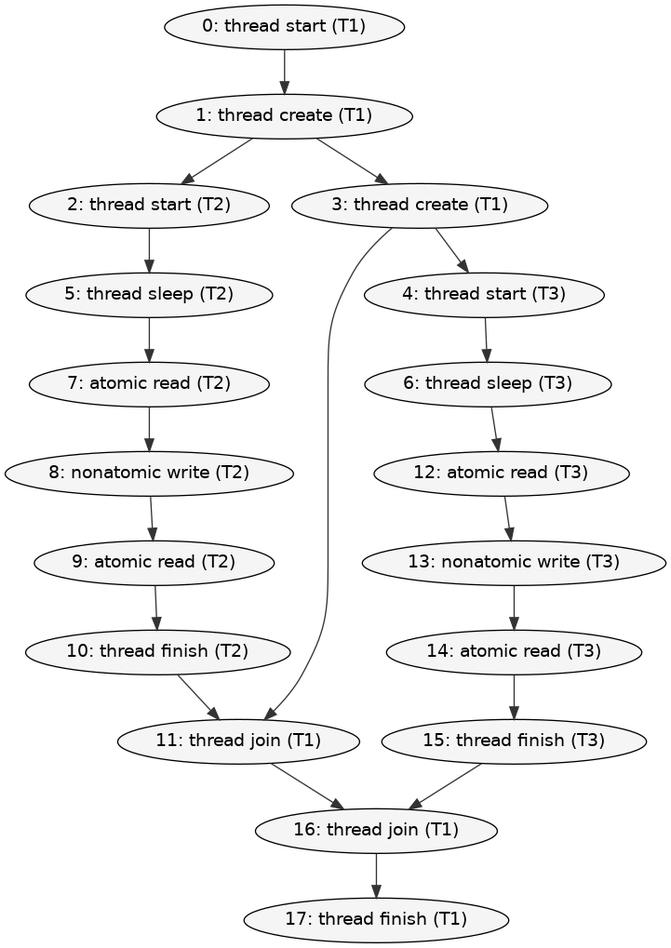
This is figure.png from anistor09/DataRaceDetector, a Graphviz export, as it was before one commit. Its source is kept beside it as figure.dot.
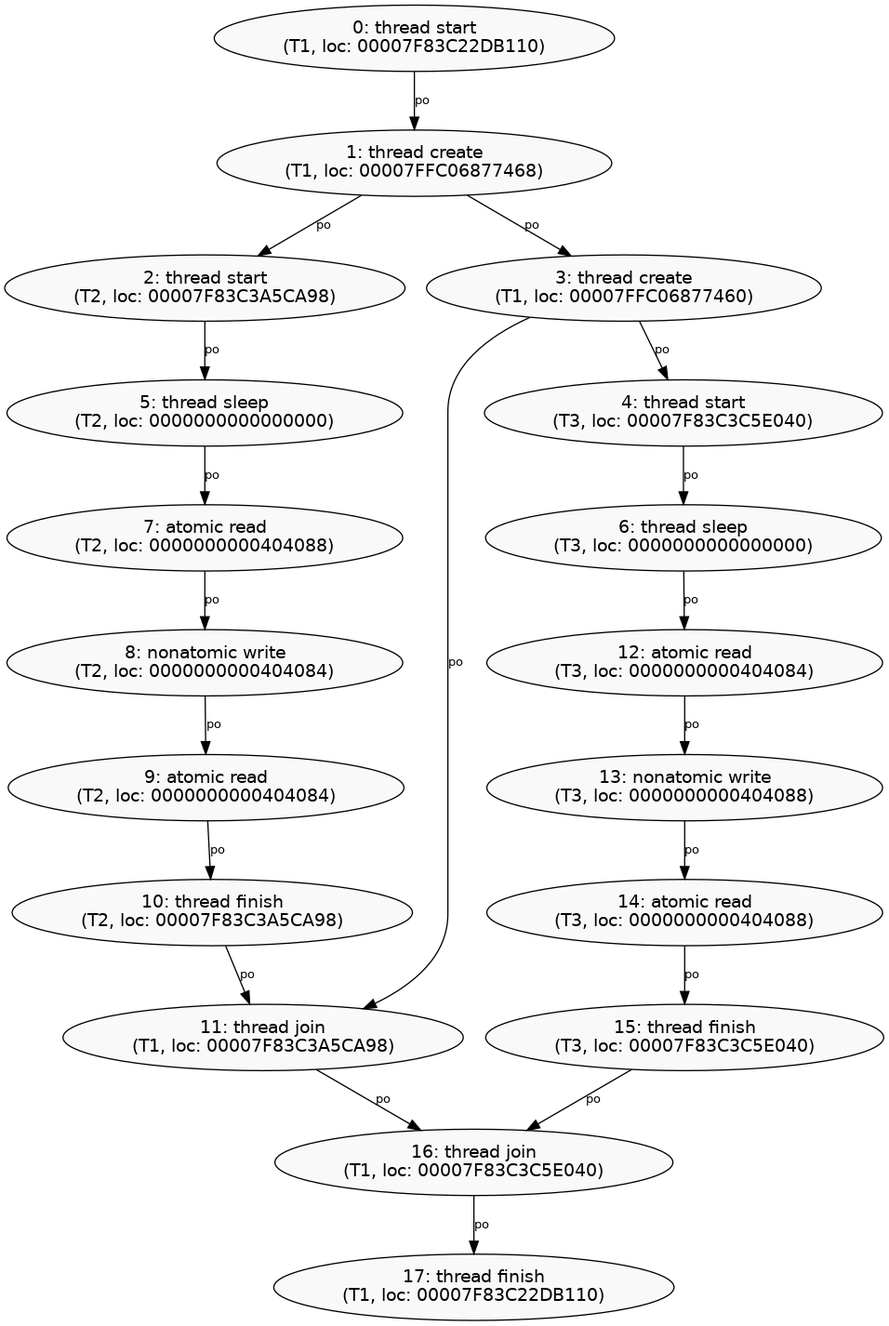
The same file after the commit.

Change to the diagram source:
```diff
@@ -1,49 +1,48 @@
-digraph PO_Graph {
-    graph [bgcolor="white"];
+digraph HBGraph {
     node [
         shape=ellipse,
         style=filled,
-        fillcolor="#F5F5F5",
+        fillcolor="#F9F9F9",
         fontname="Helvetica"
     ];
-    edge [color="#333333"];
+    edge [fontname="Helvetica", fontsize=10];
 
-    0 [label="0: thread start (T1)"];
-    1 [label="1: thread create (T1)"];
-    2 [label="2: thread start (T2)"];
-    3 [label="3: thread create (T1)"];
-    4 [label="4: thread start (T3)"];
-    5 [label="5: thread sleep (T2)"];
-    6 [label="6: thread sleep (T3)"];
-    7 [label="7: atomic read (T2)"];
-    8 [label="8: nonatomic write (T2)"];
-    9 [label="9: atomic read (T2)"];
-    10 [label="10: thread finish (T2)"];
-    11 [label="11: thread join (T1)"];
-    12 [label="12: atomic read (T3)"];
-    13 [label="13: nonatomic write (T3)"];
-    14 [label="14: atomic read (T3)"];
-    15 [label="15: thread finish (T3)"];
-    16 [label="16: thread join (T1)"];
-    17 [label="17: thread finish (T1)"];
+    0  [label="0: thread start\n(T1, loc: 00007F83C22DB110)"];
+    1  [label="1: thread create\n(T1, loc: 00007FFC06877468)"];
+    2  [label="2: thread start\n(T2, loc: 00007F83C3A5CA98)"];
+    3  [label="3: thread create\n(T1, loc: 00007FFC06877460)"];
+    4  [label="4: thread start\n(T3, loc: 00007F83C3C5E040)"];
+    5  [label="5: thread sleep\n(T2, loc: 0000000000000000)"];
+    6  [label="6: thread sleep\n(T3, loc: 0000000000000000)"];
+    7  [label="7: atomic read\n(T2, loc: 0000000000404088)"];
+    8  [label="8: nonatomic write\n(T2, loc: 0000000000404084)"];
+    9  [label="9: atomic read\n(T2, loc: 0000000000404084)"];
+    10 [label="10: thread finish\n(T2, loc: 00007F83C3A5CA98)"];
+    11 [label="11: thread join\n(T1, loc: 00007F83C3A5CA98)"];
+    12 [label="12: atomic read\n(T3, loc: 0000000000404084)"];
+    13 [label="13: nonatomic write\n(T3, loc: 0000000000404088)"];
+    14 [label="14: atomic read\n(T3, loc: 0000000000404088)"];
+    15 [label="15: thread finish\n(T3, loc: 00007F83C3C5E040)"];
+    16 [label="16: thread join\n(T1, loc: 00007F83C3C5E040)"];
+    17 [label="17: thread finish\n(T1, loc: 00007F83C22DB110)"];
 
-    0 -> 1;
-    1 -> 2;
-    1 -> 3;
-    2 -> 5;
-    3 -> 4;
-    3 -> 11;
-    4 -> 6;
-    5 -> 7;
-    6 -> 12;
-    7 -> 8;
-    8 -> 9;
-    9 -> 10;
-    10 -> 11;
-    11 -> 16;
-    12 -> 13;
-    13 -> 14;
-    14 -> 15;
-    15 -> 16;
-    16 -> 17;
+    0 -> 1  [label="po"];
+    1 -> 2  [label="po"];
+    1 -> 3  [label="po"];
+    2 -> 5  [label="po"];
+    3 -> 4  [label="po"];
+    3 -> 11 [label="po"];
+    4 -> 6  [label="po"];
+    5 -> 7  [label="po"];
+    6 -> 12 [label="po"];
+    7 -> 8  [label="po"];
+    8 -> 9  [label="po"];
+    9 -> 10 [label="po"];
+    10 -> 11 [label="po"];
+    11 -> 16 [label="po"];
+    12 -> 13 [label="po"];
+    13 -> 14 [label="po"];
+    14 -> 15 [label="po"];
+    15 -> 16 [label="po"];
+    16 -> 17 [label="po"];
 }
```
